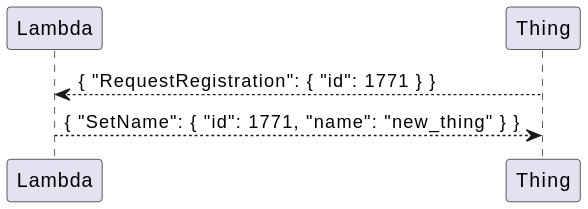
Above: topics/registry.svg in rust-iot-things/protocol (PlantUML), before the change. Source of this version:
```plantuml
@startuml registry

Lambda <-- Thing: { "RequestRegistration": { "id": 1771 } }
Lambda --> Thing: { "SetName": { "id": 1771, "name": "new_thing" } }
@enduml
```
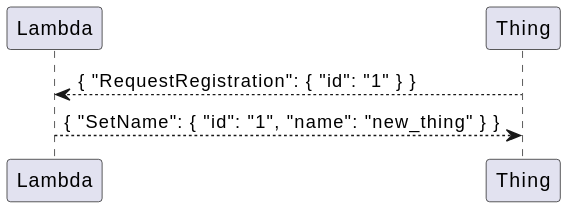
After the commit.

What changed in the source:
```diff
@@ -1,5 +1,6 @@
 @startuml registry
 
-Lambda <-- Thing: { "RequestRegistration": { "id": 1771 } }
-Lambda --> Thing: { "SetName": { "id": 1771, "name": "new_thing" } }
+Lambda <-- Thing: { "RequestRegistration": { "id": "1" } }
+Lambda --> Thing: { "SetName": { "id": "1", "name": "new_thing" } }
+
 @enduml
```
